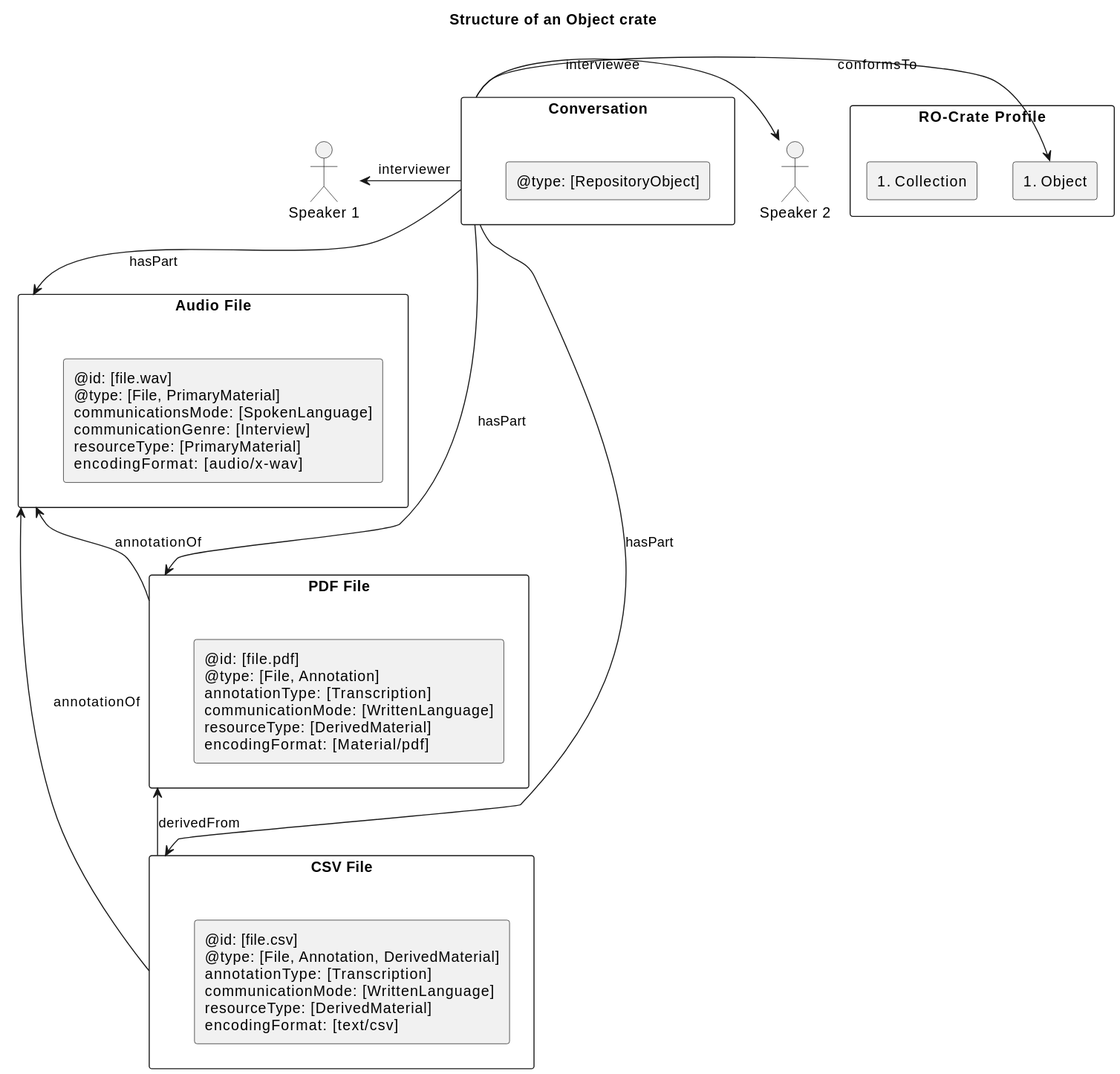
Language-Research-Technology/ldac-profile keeps this PlantUML diagram as profile/media/object-structure.svg. Above is the earlier version.
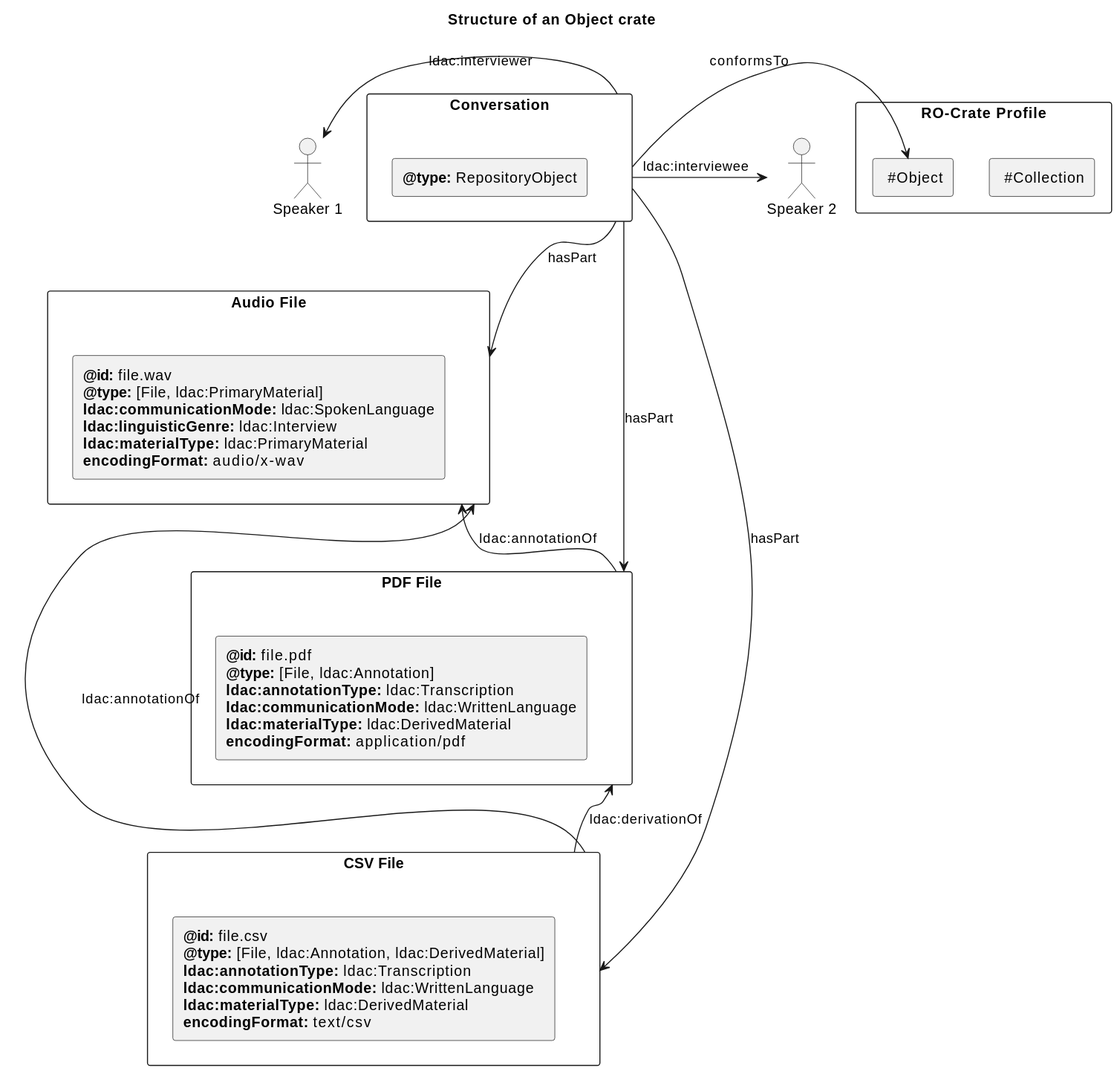
Later version of the same file.

What changed in the source:
```diff
@@ -6,39 +6,39 @@
 actor "Speaker 2" as s2
 
 rectangle "RO-Crate Profile" {
-rectangle "#Collection" as procoll
-rectangle "#Object" as proobj
+rectangle " #Collection" as procoll
+rectangle " #Object" as proobj
 }
 
 rectangle "Conversation" as c1 {
 
 
- rectangle "@type: [RepositoryObject]"
+ rectangle "<b>@type:</b> RepositoryObject"
 
 }
 rectangle "Audio File" as audio1 {
-   rectangle "@id: [file.wav]\n@type: [File, PrimaryMaterial]\ncommunicationsMode: [SpokenLanguage]\ncommunicationGenre: [Interview]\nresourceType: [PrimaryMaterial]\nencodingFormat: [audio/x-wav]"
+   rectangle "<b>@id:</b> file.wav\n<b>@type:</b> [File, ldac:PrimaryMaterial]\n<b>ldac:communicationMode:</b> ldac:SpokenLanguage\n<b>ldac:linguisticGenre:</b> ldac:Interview\n<b>ldac:materialType:</b> ldac:PrimaryMaterial\n<b>encodingFormat:</b> audio/x-wav"
 
 
 }
 rectangle "PDF File" as pdf1 {
-   rectangle "@id: [file.pdf]\n@type: [File, Annotation]\nannotationType: [Transcription]\ncommunicationMode: [WrittenLanguage]\nresourceType: [DerivedMaterial]\nencodingFormat: [Material/pdf]" as pt
+   rectangle "<b>@id:</b> file.pdf\n<b>@type:</b> [File, ldac:Annotation]\n<b>ldac:annotationType:</b> ldac:Transcription\n<b>ldac:communicationMode:</b> ldac:WrittenLanguage\n<b>ldac:materialType:</b> ldac:DerivedMaterial\n<b>encodingFormat:</b> application/pdf" as pt
 
 }
 
 rectangle "CSV File" as csv1 {
-   rectangle "@id: [file.csv]\n@type: [File, Annotation, DerivedMaterial]\nannotationType: [Transcription]\ncommunicationMode: [WrittenLanguage]\nresourceType: [DerivedMaterial]\nencodingFormat: [text/csv]"
+   rectangle "<b>@id:</b> file.csv\n<b>@type:</b> [File, ldac:Annotation, ldac:DerivedMaterial]\n<b>ldac:annotationType:</b> ldac:Transcription\n<b>ldac:communicationMode:</b> ldac:WrittenLanguage\n<b>ldac:materialType:</b> ldac:DerivedMaterial\n<b>encodingFormat:</b> text/csv"
 }
 
 c1 -down-> pdf1 : hasPart
 
-pdf1 -up-> audio1 : annotationOf
+pdf1 -up-> audio1 : ldac:annotationOf
 c1 -down-> audio1 : hasPart
 c1 -down-> csv1 : hasPart
-csv1 -up-> audio1 : annotationOf
-csv1 -up-> pdf1 : derivedFrom
+csv1 -up-> audio1 : ldac:annotationOf
+csv1 -up-> pdf1 : ldac:derivationOf
 
-c1 -left-> s1 : interviewer
-c1 -right-> s2 : interviewee
+c1 -left-> s1 : ldac:interviewer
+c1 -right-> s2 : ldac:interviewee
 c1 ->  proobj: conformsTo
 @enduml
```
